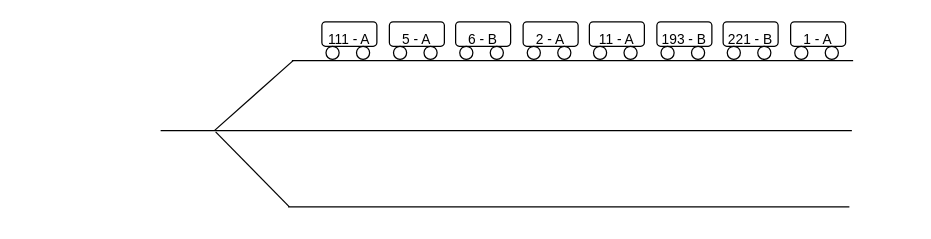
This is page "Aufgabe" (2 of 2) of stack.drawio from JoernWVSG/diagram, a draw.io file, before an edit. Source tidied: cells renumbered, new cells numbered last; positions are measured from the earlier drawing's top-left corner, leaving out a move shared by most shapes. Both pictures are drawn from the tidied source at 125%, with x=0, y=0 at pixel (160, 21).
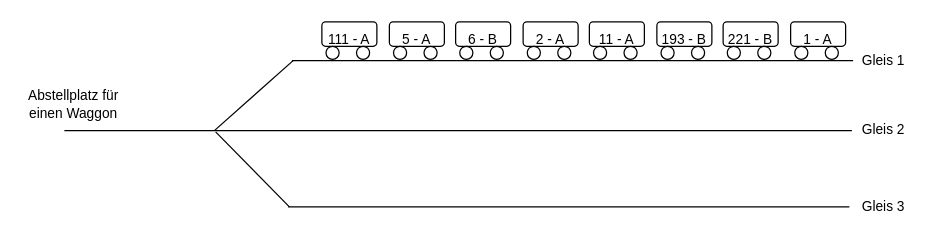
The same diagram, later.

What changed in the source:
```diff
@@
     <mxCell id="37" style="endArrow=none;html=1;rounded=0;" parent="1" edge="1">
       <mxGeometry relative="1" as="geometry">
-        <mxPoint y="87" as="sourcePoint" />
+        <mxPoint x="-77" y="87" as="sourcePoint" />
         <mxPoint x="553" y="87" as="targetPoint" />
       </mxGeometry>
     </mxCell>
@@
+    <mxCell id="41" value="Abstellplatz für&lt;br&gt;einen Waggon" style="text;html=1;align=center;verticalAlign=middle;strokeColor=none;fillColor=none;fontSize=11;" parent="1" vertex="1">
+      <mxGeometry x="-111" y="51" width="82" height="30" as="geometry" />
+    </mxCell>
+    <mxCell id="42" value="Gleis 1" style="text;html=1;align=center;verticalAlign=middle;strokeColor=none;fillColor=none;fontSize=11;" parent="1" vertex="1">
+      <mxGeometry x="556" y="22" width="44" height="17" as="geometry" />
+    </mxCell>
+    <mxCell id="43" value="Gleis 2" style="text;html=1;align=center;verticalAlign=middle;strokeColor=none;fillColor=none;fontSize=11;" parent="1" vertex="1">
+      <mxGeometry x="556" y="77" width="44" height="17" as="geometry" />
+    </mxCell>
+    <mxCell id="44" value="Gleis 3" style="text;html=1;align=center;verticalAlign=middle;strokeColor=none;fillColor=none;fontSize=11;" parent="1" vertex="1">
+      <mxGeometry x="556" y="139" width="44" height="17" as="geometry" />
+    </mxCell>
```
